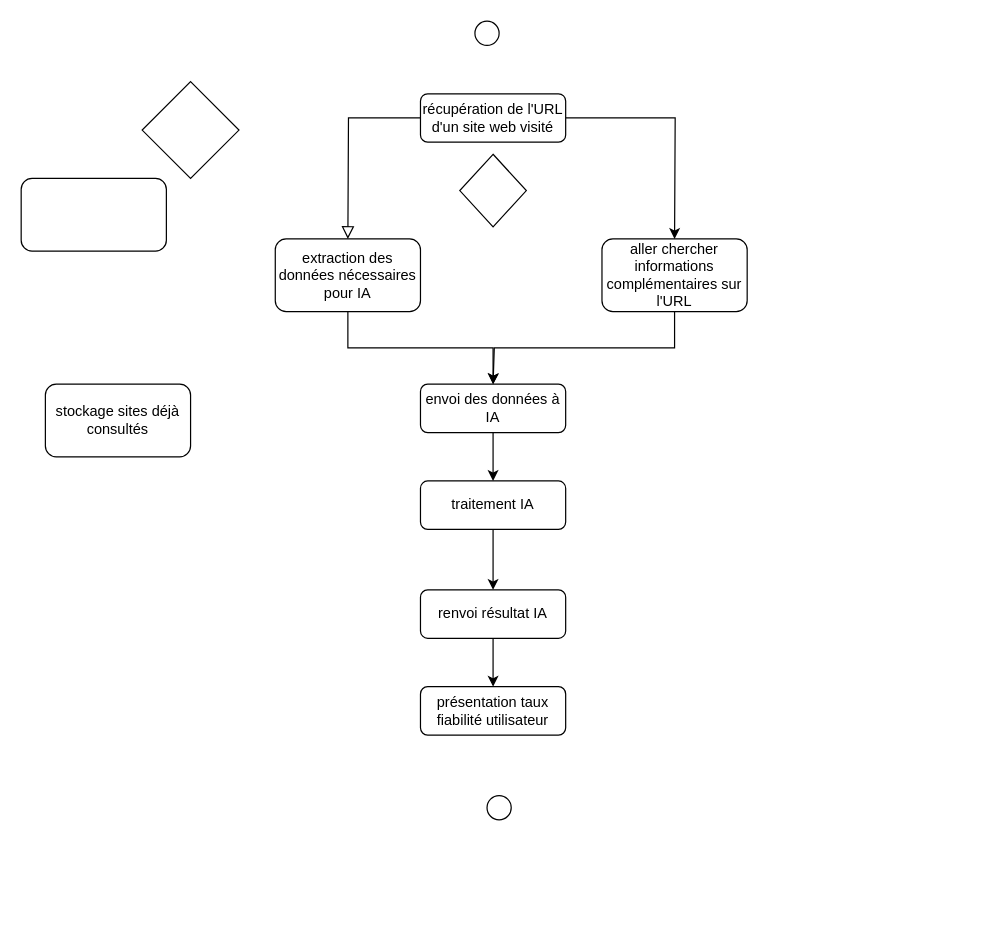
LizaZou/PickUpInfoURL keeps this draw.io diagram as Diagramme sans nom.drawio. Above is the earlier version. Source tidied: cells renumbered, new cells numbered last; positions are measured from the earlier drawing's top-left corner, leaving out a move shared by most shapes. Both pictures are drawn from the tidied source at 121%, with x=0, y=0 at pixel (21, 21).
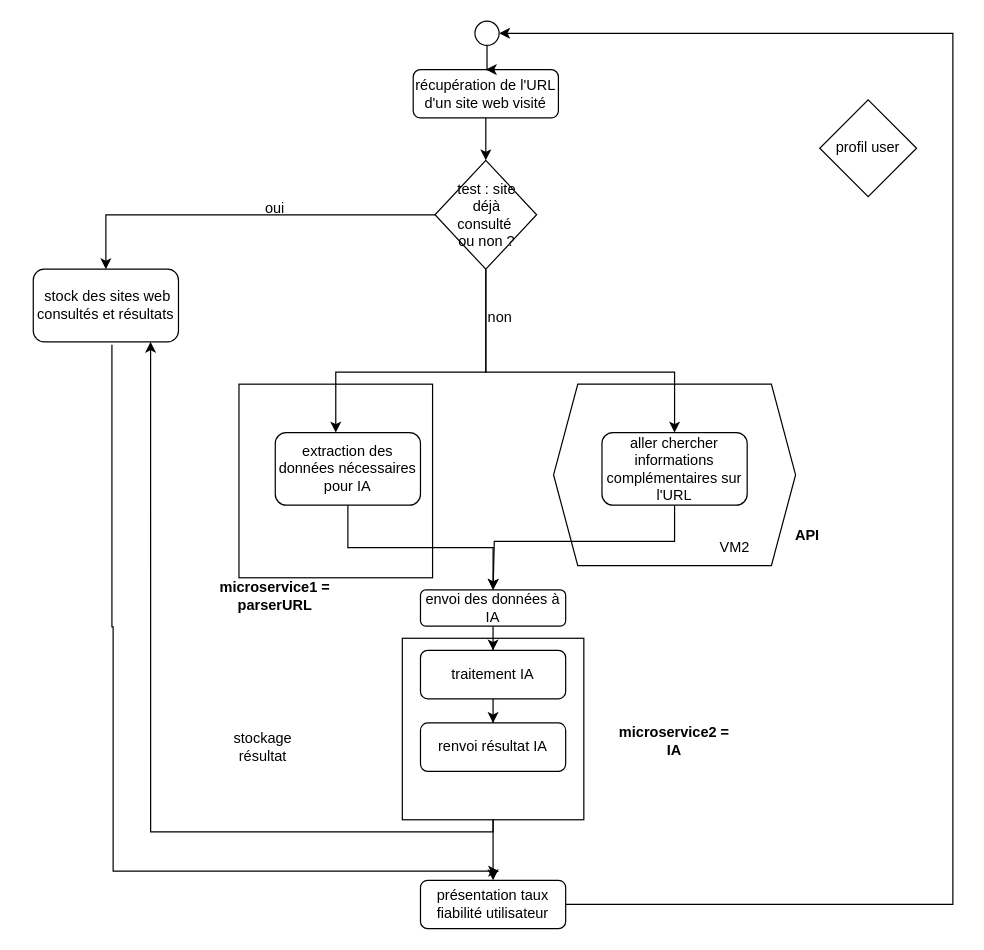
After the change.

Unchanged cells that the change refers to:
```xml
<mxCell id="16" style="ellipse;whiteSpace=wrap;html=1;" parent="1" vertex="1">
  <mxGeometry x="375" width="20" height="20" as="geometry" />
</mxCell>
```

Diff of the diagram source:
```diff
@@
-    <mxCell id="2" style="rounded=0;html=1;jettySize=auto;fontSize=11;endArrow=block;endFill=0;endSize=8;strokeWidth=1;shadow=0;labelBackgroundColor=none;edgeStyle=orthogonalEdgeStyle;" parent="1" edge="1" source="4">
-      <mxGeometry relative="1" as="geometry">
-        <mxPoint x="270" y="180" as="targetPoint" />
-      </mxGeometry>
-    </mxCell>
-    <mxCell id="3" style="edgeStyle=orthogonalEdgeStyle;rounded=0;jettySize=auto;html=1;entryX=0.5;entryY=0;entryDx=0;entryDy=0;" parent="1" edge="1" source="4">
-      <mxGeometry relative="1" as="geometry">
-        <mxPoint x="540" y="180" as="targetPoint" />
-      </mxGeometry>
-    </mxCell>
+    <mxCell id="22" style="whiteSpace=wrap;html=1;" parent="1" vertex="1">
+      <mxGeometry x="315" y="510" width="150" height="150" as="geometry" />
+    </mxCell>
+    <mxCell id="23" style="whiteSpace=wrap;html=1;" parent="1" vertex="1">
+      <mxGeometry x="180" y="300" width="160" height="160" as="geometry" />
+    </mxCell>
+    <mxCell id="24" style="shape=hexagon;perimeter=hexagonPerimeter2;whiteSpace=wrap;html=1;fixedSize=1;" parent="1" vertex="1">
+      <mxGeometry x="440" y="300" width="200" height="150" as="geometry" />
+    </mxCell>
+    <mxCell id="25" style="edgeStyle=orthogonalEdgeStyle;rounded=0;jettySize=auto;html=1;entryX=0.5;entryY=0;entryDx=0;entryDy=0;" parent="1" edge="1" source="4" target="19">
+      <mxGeometry relative="1" as="geometry" />
+    </mxCell>
     <mxCell id="4" value="récupération de l'URL d'un site web visité" style="rounded=1;whiteSpace=wrap;html=1;fontSize=12;glass=0;strokeWidth=1;shadow=0;" parent="1" vertex="1">
-      <mxGeometry x="330" y="60" width="120" height="40" as="geometry" />
+      <mxGeometry x="324" y="40" width="120" height="40" as="geometry" />
     </mxCell>
@@
     <mxCell id="6" value="traitement IA" style="rounded=1;whiteSpace=wrap;html=1;fontSize=12;glass=0;strokeWidth=1;shadow=0;" parent="1" vertex="1">
-      <mxGeometry x="330" y="380" width="120" height="40" as="geometry" />
+      <mxGeometry x="330" y="520" width="120" height="40" as="geometry" />
     </mxCell>
@@
     <mxCell id="8" value="envoi des données à IA" style="rounded=1;whiteSpace=wrap;html=1;fontSize=12;glass=0;strokeWidth=1;shadow=0;" parent="1" vertex="1">
-      <mxGeometry x="330" y="300" width="120" height="40" as="geometry" />
+      <mxGeometry x="330" y="470" width="120" height="30" as="geometry" />
     </mxCell>
@@
     <mxCell id="10" value="extraction des données nécessaires pour IA" style="rounded=1;whiteSpace=wrap;html=1;fontSize=12;glass=0;strokeWidth=1;shadow=0;" parent="1" vertex="1">
-      <mxGeometry x="210" y="180" width="120" height="60" as="geometry" />
+      <mxGeometry x="210" y="340" width="120" height="60" as="geometry" />
     </mxCell>
     <mxCell id="11" style="edgeStyle=orthogonalEdgeStyle;rounded=0;jettySize=auto;html=1;" parent="1" edge="1" source="12">
       <mxGeometry relative="1" as="geometry">
-        <mxPoint x="390" y="300" as="targetPoint" />
+        <mxPoint x="390" y="470" as="targetPoint" />
         <Array as="points">
-          <mxPoint x="540" y="270" />
-          <mxPoint x="391" y="270" />
+          <mxPoint x="540" y="430" />
+          <mxPoint x="391" y="430" />
         </Array>
       </mxGeometry>
     </mxCell>
     <mxCell id="12" value="aller chercher informations complémentaires sur l'URL" style="rounded=1;whiteSpace=wrap;html=1;fontSize=12;glass=0;strokeWidth=1;shadow=0;" parent="1" vertex="1">
-      <mxGeometry x="480" y="180" width="120" height="60" as="geometry" />
+      <mxGeometry x="480" y="340" width="120" height="60" as="geometry" />
     </mxCell>
-    <mxCell id="13" style="edgeStyle=orthogonalEdgeStyle;rounded=0;jettySize=auto;html=1;entryX=0.5;entryY=0;entryDx=0;entryDy=0;" parent="1" edge="1" source="14" target="15">
+    <mxCell id="13" style="edgeStyle=orthogonalEdgeStyle;rounded=0;jettySize=auto;html=1;entryX=0.5;entryY=0;entryDx=0;entryDy=0;" parent="1" edge="1" source="22" target="15">
       <mxGeometry relative="1" as="geometry" />
     </mxCell>
     <mxCell id="14" value="renvoi résultat IA " style="rounded=1;whiteSpace=wrap;html=1;fontSize=12;glass=0;strokeWidth=1;shadow=0;" parent="1" vertex="1">
-      <mxGeometry x="330" y="470" width="120" height="40" as="geometry" />
+      <mxGeometry x="330" y="580" width="120" height="40" as="geometry" />
     </mxCell>
+    <mxCell id="26" style="edgeStyle=orthogonalEdgeStyle;rounded=0;jettySize=auto;html=1;entryX=1;entryY=0.5;entryDx=0;entryDy=0;" parent="1" edge="1" source="15" target="16">
+      <mxGeometry relative="1" as="geometry">
+        <Array as="points">
+          <mxPoint x="770" y="730" />
+          <mxPoint x="770" y="10" />
+        </Array>
+      </mxGeometry>
+    </mxCell>
     <mxCell id="15" value="présentation taux fiabilité utilisateur" style="rounded=1;whiteSpace=wrap;html=1;fontSize=12;glass=0;strokeWidth=1;shadow=0;" parent="1" vertex="1">
-      <mxGeometry x="330" y="550" width="120" height="40" as="geometry" />
+      <mxGeometry x="330" y="710" width="120" height="40" as="geometry" />
     </mxCell>
+    <mxCell id="27" style="edgeStyle=orthogonalEdgeStyle;rounded=0;jettySize=auto;html=1;" parent="1" edge="1" source="16" target="4">
+      <mxGeometry relative="1" as="geometry" />
+    </mxCell>
@@
-    <mxCell id="17" style="ellipse;whiteSpace=wrap;html=1;" parent="1" vertex="1">
-      <mxGeometry x="385" y="640" width="20" height="20" as="geometry" />
-    </mxCell>
-    <mxCell id="18" value="stockage sites déjà consultés " style="rounded=1;whiteSpace=wrap;html=1;" parent="1" vertex="1">
-      <mxGeometry x="20" y="300" width="120" height="60" as="geometry" />
-    </mxCell>
+    <mxCell id="28" style="edgeStyle=orthogonalEdgeStyle;rounded=0;jettySize=auto;html=1;exitX=0.5;exitY=1;exitDx=0;exitDy=0;" parent="1" edge="1" source="19">
+      <mxGeometry relative="1" as="geometry">
+        <mxPoint x="260" y="340" as="targetPoint" />
+        <Array as="points">
+          <mxPoint x="384" y="290" />
+          <mxPoint x="260" y="290" />
+        </Array>
+      </mxGeometry>
+    </mxCell>
+    <mxCell id="29" style="edgeStyle=orthogonalEdgeStyle;rounded=0;jettySize=auto;html=1;entryX=0.5;entryY=0;entryDx=0;entryDy=0;" parent="1" edge="1" source="19" target="12">
+      <mxGeometry relative="1" as="geometry">
+        <Array as="points">
+          <mxPoint x="384" y="290" />
+          <mxPoint x="540" y="290" />
+        </Array>
+      </mxGeometry>
+    </mxCell>
     <mxCell id="19" style="rhombus;whiteSpace=wrap;html=1;" parent="1" vertex="1">
-      <mxGeometry x="362.5" y="110" width="55" height="60" as="geometry" />
+      <mxGeometry x="342" y="115" width="84" height="90" as="geometry" />
     </mxCell>
     <mxCell id="20" style="rhombus;whiteSpace=wrap;html=1;" parent="1" vertex="1">
-      <mxGeometry x="100" y="50" width="80" height="80" as="geometry" />
+      <mxGeometry x="660" y="65" width="80" height="80" as="geometry" />
     </mxCell>
-    <mxCell id="21" style="rounded=1;whiteSpace=wrap;html=1;" parent="1" vertex="1">
-      <mxGeometry y="130" width="120" height="60" as="geometry" />
-    </mxCell>
+    <mxCell id="30" value="VM2" style="text;html=1;align=center;verticalAlign=middle;whiteSpace=wrap;rounded=0;" parent="1" vertex="1">
+      <mxGeometry x="560" y="420" width="60" height="30" as="geometry" />
+    </mxCell>
+    <mxCell id="31" value="&lt;b&gt;microservice2 = IA&lt;/b&gt;" style="text;html=1;align=center;verticalAlign=middle;whiteSpace=wrap;rounded=0;" parent="1" vertex="1">
+      <mxGeometry x="490" y="580" width="100" height="30" as="geometry" />
+    </mxCell>
+    <mxCell id="32" value="test : site déjà consulté&amp;nbsp; ou non ?" style="text;html=1;align=center;verticalAlign=middle;whiteSpace=wrap;rounded=0;" parent="1" vertex="1">
+      <mxGeometry x="355" y="145" width="60" height="30" as="geometry" />
+    </mxCell>
+    <mxCell id="33" value="non" style="text;html=1;align=center;verticalAlign=middle;whiteSpace=wrap;rounded=0;" parent="1" vertex="1">
+      <mxGeometry x="366" y="230" width="60" height="30" as="geometry" />
+    </mxCell>
+    <mxCell id="34" value="oui" style="text;html=1;align=center;verticalAlign=middle;whiteSpace=wrap;rounded=0;" parent="1" vertex="1">
+      <mxGeometry x="180" y="140" width="60" height="30" as="geometry" />
+    </mxCell>
+    <mxCell id="35" value="&lt;b&gt;microservice1 = parserURL&lt;/b&gt;" style="text;html=1;align=center;verticalAlign=middle;whiteSpace=wrap;rounded=0;" parent="1" vertex="1">
+      <mxGeometry x="160" y="460" width="100" height="30" as="geometry" />
+    </mxCell>
+    <mxCell id="36" value="&lt;b&gt;API&lt;/b&gt;" style="text;html=1;align=center;verticalAlign=middle;whiteSpace=wrap;rounded=0;" parent="1" vertex="1">
+      <mxGeometry x="600" y="410" width="100" height="30" as="geometry" />
+    </mxCell>
+    <mxCell id="37" style="edgeStyle=orthogonalEdgeStyle;rounded=0;jettySize=auto;html=1;" parent="1" edge="1" source="19" target="18">
+      <mxGeometry relative="1" as="geometry">
+        <Array as="points">
+          <mxPoint x="70" y="160" />
+        </Array>
+      </mxGeometry>
+    </mxCell>
+    <mxCell id="38" style="edgeStyle=orthogonalEdgeStyle;rounded=0;orthogonalLoop=1;jettySize=auto;html=1;" parent="1" edge="1">
+      <mxGeometry relative="1" as="geometry">
+        <mxPoint x="75" y="267.5" as="sourcePoint" />
+        <mxPoint x="395" y="702.5" as="targetPoint" />
+        <Array as="points">
+          <mxPoint x="75" y="500.5" />
+          <mxPoint x="76" y="500.5" />
+        </Array>
+      </mxGeometry>
+    </mxCell>
+    <mxCell id="18" value="&amp;nbsp;stock des sites web consultés et résultats" style="rounded=1;whiteSpace=wrap;html=1;" parent="1" vertex="1">
+      <mxGeometry x="10" y="205" width="120" height="60" as="geometry" />
+    </mxCell>
+    <mxCell id="39" value="profil user" style="text;html=1;align=center;verticalAlign=middle;whiteSpace=wrap;rounded=0;" parent="1" vertex="1">
+      <mxGeometry x="670" y="90" width="60" height="30" as="geometry" />
+    </mxCell>
+    <mxCell id="40" style="edgeStyle=orthogonalEdgeStyle;rounded=0;jettySize=auto;html=1;entryX=0.808;entryY=1;entryDx=0;entryDy=0;entryPerimeter=0;" parent="1" edge="1" source="22" target="18">
+      <mxGeometry relative="1" as="geometry">
+        <Array as="points">
+          <mxPoint x="390" y="670" />
+          <mxPoint x="107" y="670" />
+        </Array>
+      </mxGeometry>
+    </mxCell>
+    <mxCell id="41" value="stockage résultat" style="text;html=1;align=center;verticalAlign=middle;whiteSpace=wrap;rounded=0;" parent="1" vertex="1">
+      <mxGeometry x="170" y="585" width="60" height="30" as="geometry" />
+    </mxCell>
```
